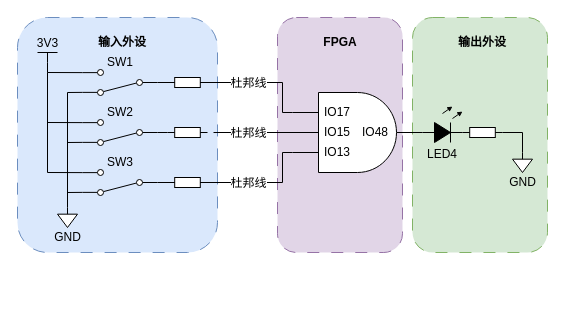
Earlier version of the draw.io diagram page "三输入与门_实际" (12 of 12) of 多功能数字钟_实验指导书.drawio (zeandon/draw.io). Source tidied: cells renumbered, new cells numbered last; positions are measured from the earlier drawing's top-left corner, leaving out a move shared by most shapes. Both pictures are drawn from the tidied source at 100%, with x=0, y=0 at pixel (17, 17). Pictures stored in the file or linked from it are replaced by grey dashed boxes.
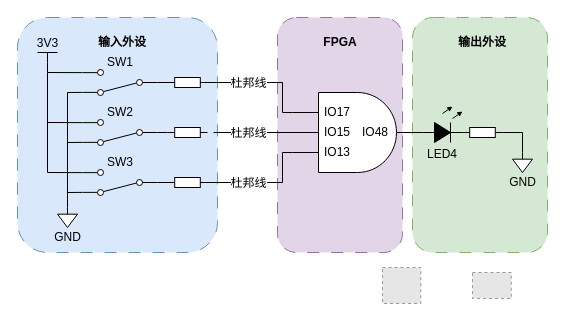
After the change.

What changed in the source:
```diff
@@
+    <mxCell id="45" style="fillColor=#E6E6E6;strokeColor=#999999;dashed=1;verticalLabelPosition=bottom;labelBackgroundColor=default;verticalAlign=top;" parent="1" vertex="1">
+      <mxGeometry x="455" y="255" width="38.8" height="26" as="geometry" />
+    </mxCell>
+    <mxCell id="46" style="fillColor=#E6E6E6;strokeColor=#999999;dashed=1;verticalLabelPosition=bottom;labelBackgroundColor=default;verticalAlign=top;" parent="1" vertex="1">
+      <mxGeometry x="365" y="250" width="38.3" height="36" as="geometry" />
+    </mxCell>
```
